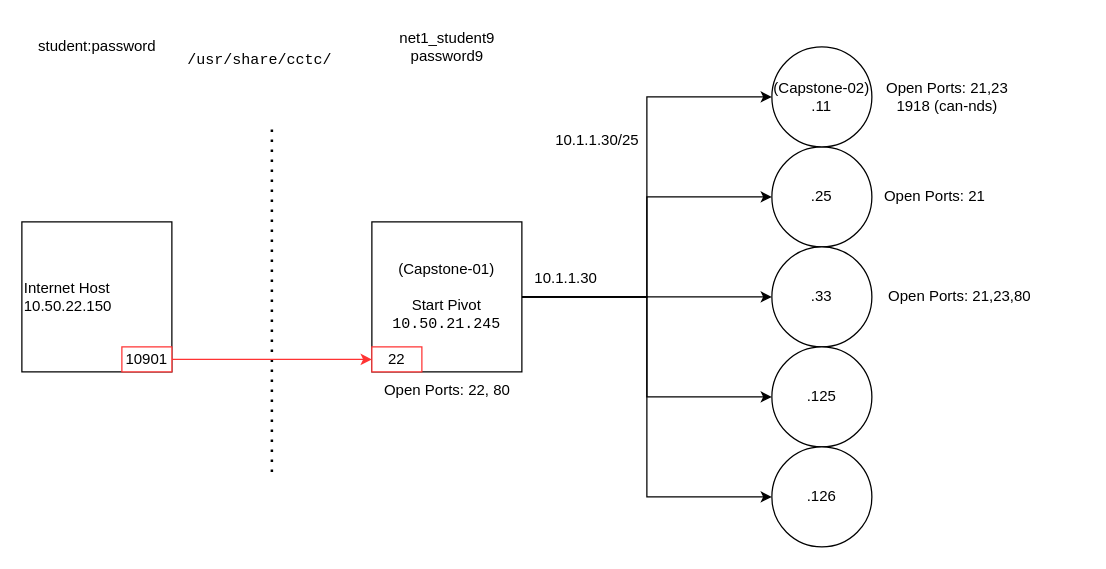
Earlier version of the draw.io diagram page "Capstone" (5 of 5) of Networking/Day 5/Untitled Diagram.drawio (LukeaBrown/COSC). Source tidied: cells renumbered, new cells numbered last; positions are measured from the earlier drawing's top-left corner, leaving out a move shared by most shapes. Both pictures are drawn from the tidied source at 125%, with x=0, y=0 at pixel (21, 21).
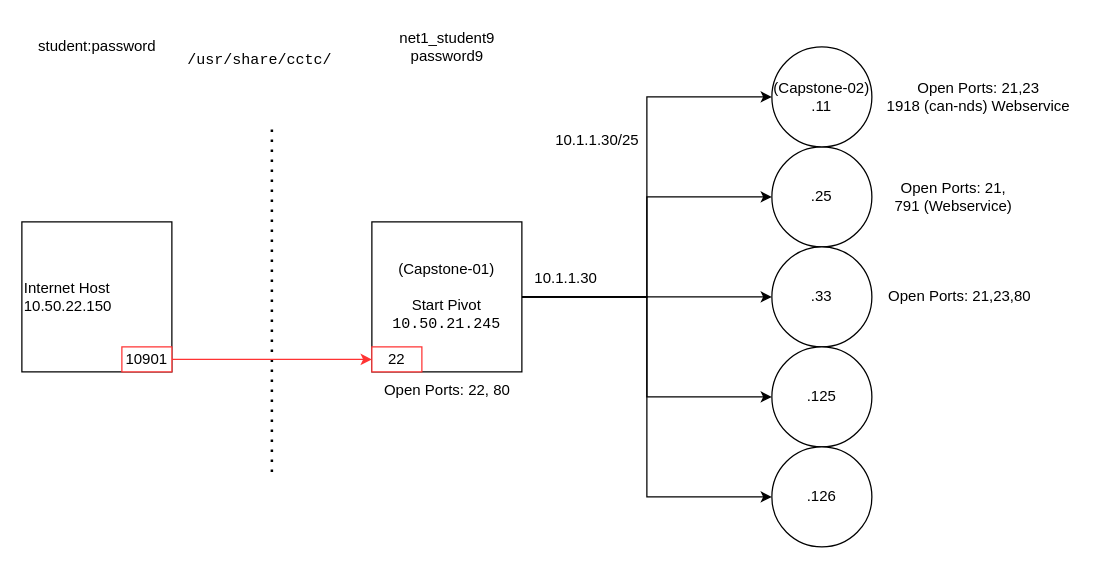
The same diagram, later.

The edit, as a diff of the source:
```diff
@@
-    <mxCell id="23" value="&lt;div&gt;Open Ports: 21,23&lt;/div&gt;1918 (can-nds)" style="text;html=1;align=center;verticalAlign=middle;strokeColor=none;fillColor=none;" parent="1" vertex="1">
-      <mxGeometry x="680" y="40" width="120" height="40" as="geometry" />
+    <mxCell id="23" value="&lt;div&gt;Open Ports: 21,23&lt;/div&gt;1918 (can-nds) Webservice" style="text;html=1;align=center;verticalAlign=middle;strokeColor=none;fillColor=none;" parent="1" vertex="1">
+      <mxGeometry x="680" y="40" width="170" height="40" as="geometry" />
     </mxCell>
-    <mxCell id="24" value="&lt;div&gt;Open Ports: 21&lt;/div&gt;" style="text;html=1;align=center;verticalAlign=middle;strokeColor=none;fillColor=none;" parent="1" vertex="1">
-      <mxGeometry x="680" y="125" width="100" height="30" as="geometry" />
+    <mxCell id="24" value="&lt;div&gt;Open Ports: 21,&lt;/div&gt;&lt;div&gt;791 (Webservice)&lt;br&gt;&lt;/div&gt;" style="text;html=1;align=center;verticalAlign=middle;strokeColor=none;fillColor=none;" parent="1" vertex="1">
+      <mxGeometry x="685" y="120" width="120" height="40" as="geometry" />
     </mxCell>
```
